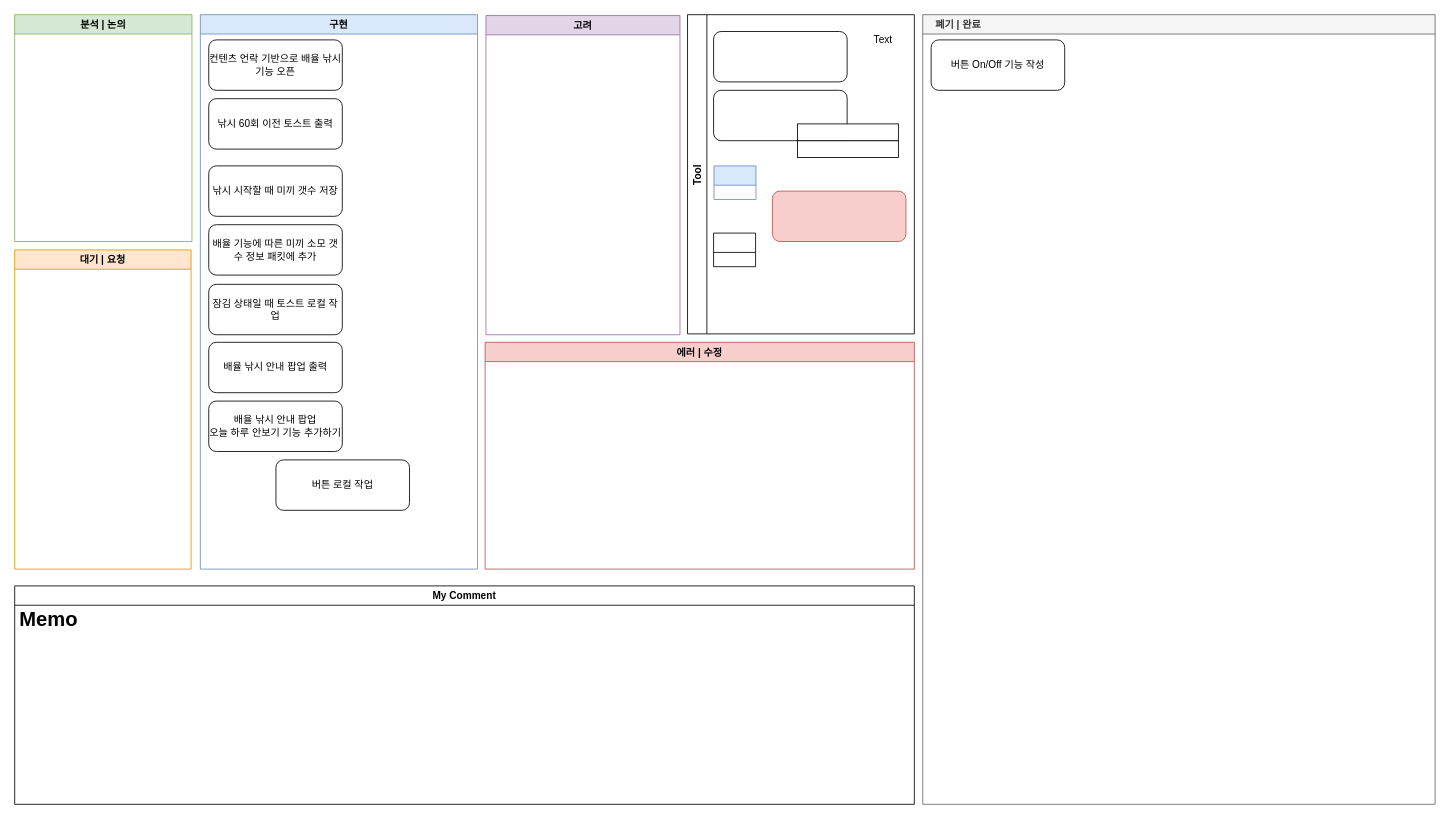
Earlier version of the draw.io diagram 배율 낚시 기능 추가.drawio (Endorr/Job-Board). Source tidied: cells renumbered, new cells numbered last; positions are measured from the earlier drawing's top-left corner, leaving out a move shared by most shapes. Both pictures are drawn from the tidied source at 84%, with x=0, y=0 at pixel (14, 14).
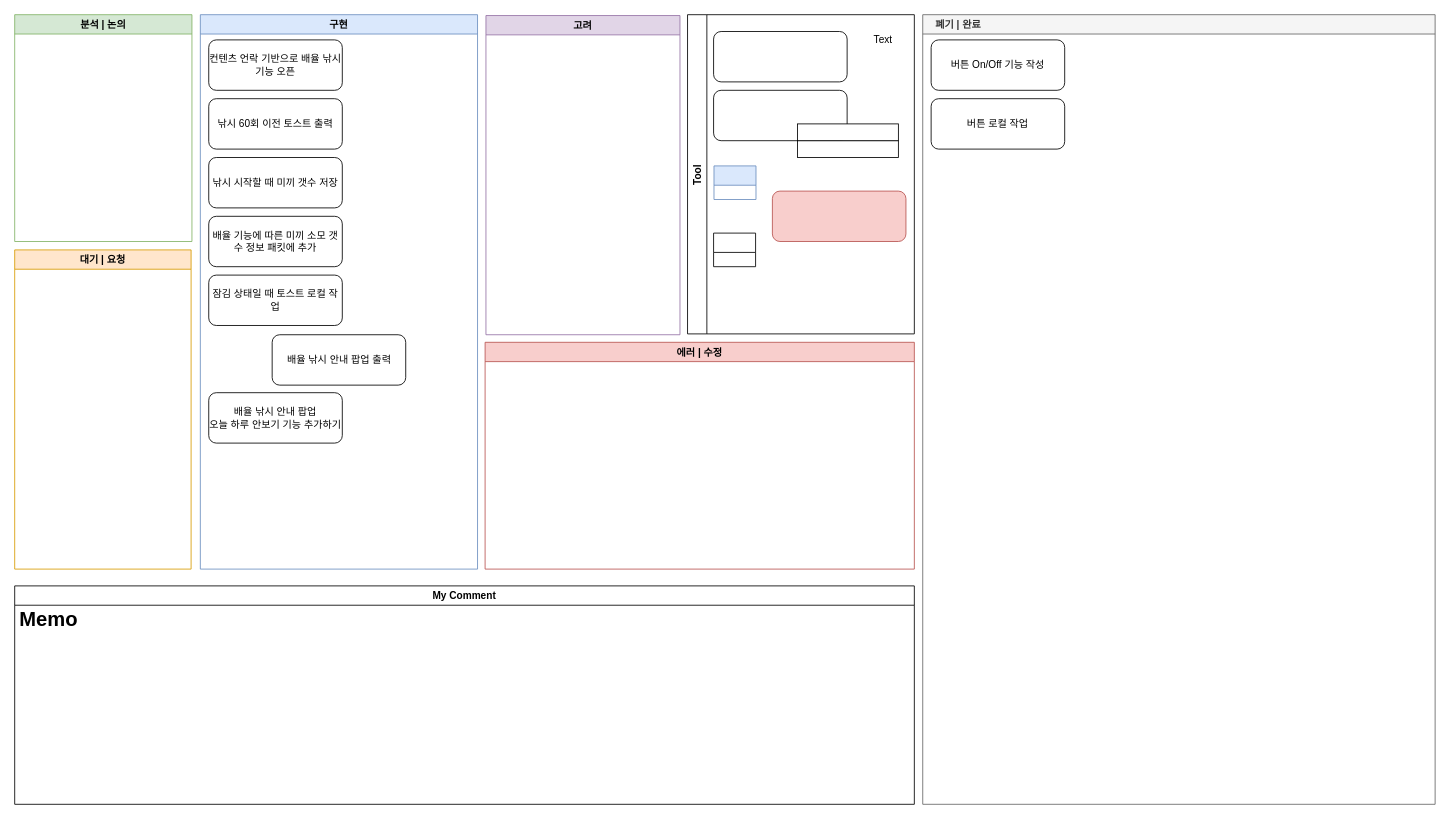
After the change.

Commit message:
배율 낚시 기능 추가.drawio 업데이트

The change refers to these unchanged cells:
```xml
<mxCell id="2" value="구현" style="swimlane;fillColor=#dae8fc;strokeColor=#6c8ebf;" parent="1" vertex="1">
  <mxGeometry x="221" width="330" height="660" as="geometry" />
</mxCell>
<mxCell id="15" value="    폐기 | 완료" style="swimlane;strokeColor=#666666;fillColor=#f5f5f5;fontColor=#333333;align=left;" parent="1" vertex="1">
  <mxGeometry x="1081" width="610" height="940" as="geometry" />
</mxCell>
```

The edit, as a diff of the source:
```diff
@@
     <mxCell id="7" value="낚시 시작할 때 미끼 갯수 저장" style="rounded=1;whiteSpace=wrap;html=1;" parent="2" vertex="1">
-      <mxGeometry x="10" y="180" width="159" height="60" as="geometry" />
+      <mxGeometry x="10" y="170" width="159" height="60" as="geometry" />
     </mxCell>
     <mxCell id="8" value="배율 기능에 따른 미끼 소모 갯수 정보 패킷에 추가" style="rounded=1;whiteSpace=wrap;html=1;" parent="2" vertex="1">
-      <mxGeometry x="10" y="250" width="159" height="60" as="geometry" />
+      <mxGeometry x="10" y="240" width="159" height="60" as="geometry" />
     </mxCell>
     <mxCell id="9" value="잠김 상태일 때 토스트 로컬 작업" style="rounded=1;whiteSpace=wrap;html=1;" parent="2" vertex="1">
-      <mxGeometry x="10" y="321" width="159" height="60" as="geometry" />
+      <mxGeometry x="10" y="310" width="159" height="60" as="geometry" />
     </mxCell>
     <mxCell id="10" value="배율 낚시 안내 팝업 출력" style="rounded=1;whiteSpace=wrap;html=1;" parent="2" vertex="1">
-      <mxGeometry x="10" y="390" width="159" height="60" as="geometry" />
+      <mxGeometry x="85.5" y="381" width="159" height="60" as="geometry" />
     </mxCell>
     <mxCell id="11" value="배율 낚시 안내 팝업&lt;br&gt;오늘 하루 안보기 기능 추가하기" style="rounded=1;whiteSpace=wrap;html=1;" parent="2" vertex="1">
-      <mxGeometry x="10" y="460" width="159" height="60" as="geometry" />
+      <mxGeometry x="10" y="450" width="159" height="60" as="geometry" />
     </mxCell>
-    <mxCell id="12" value="버튼 로컬 작업" style="rounded=1;whiteSpace=wrap;html=1;" parent="2" vertex="1">
-      <mxGeometry x="90" y="530" width="159" height="60" as="geometry" />
-    </mxCell>
@@
+    <mxCell id="12" value="버튼 로컬 작업" style="rounded=1;whiteSpace=wrap;html=1;" parent="15" vertex="1">
+      <mxGeometry x="10" y="100" width="159" height="60" as="geometry" />
+    </mxCell>
```
